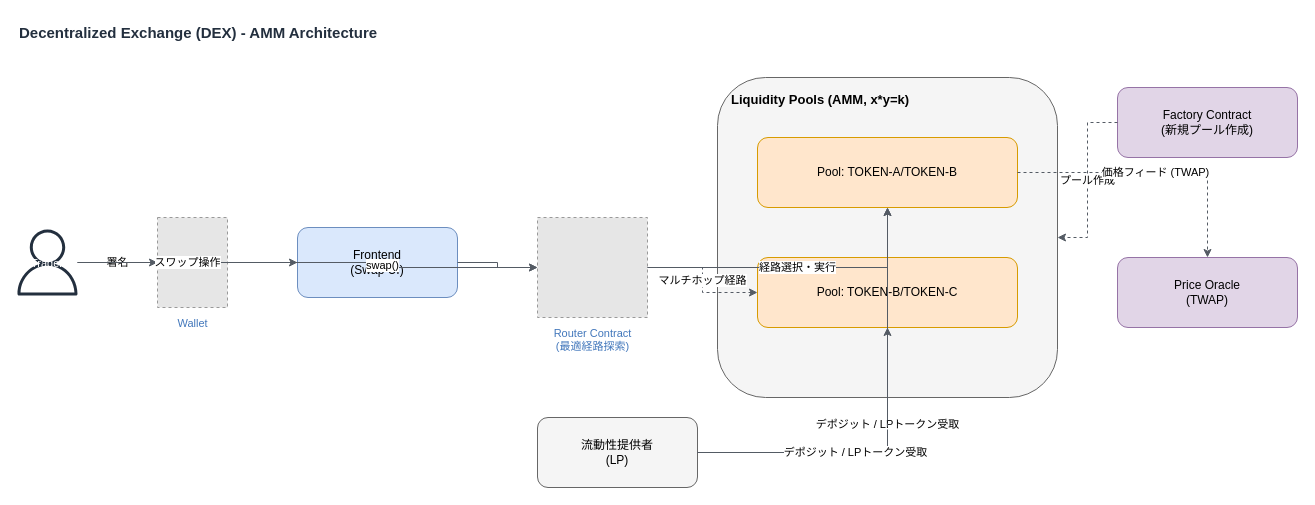
Before: .claude/skills/architecture-diagram-drawio/templates/blockchain/dex-amm.drawio in mashharuki/claude-code-sample, a draw.io diagram. Source tidied: cells renumbered, new cells numbered last; positions are measured from the earlier drawing's top-left corner, leaving out a move shared by most shapes. Both pictures are drawn from the tidied source at 100%, with x=0, y=0 at pixel (17, 17). Pictures stored in the file or linked from it are replaced by grey dashed boxes.
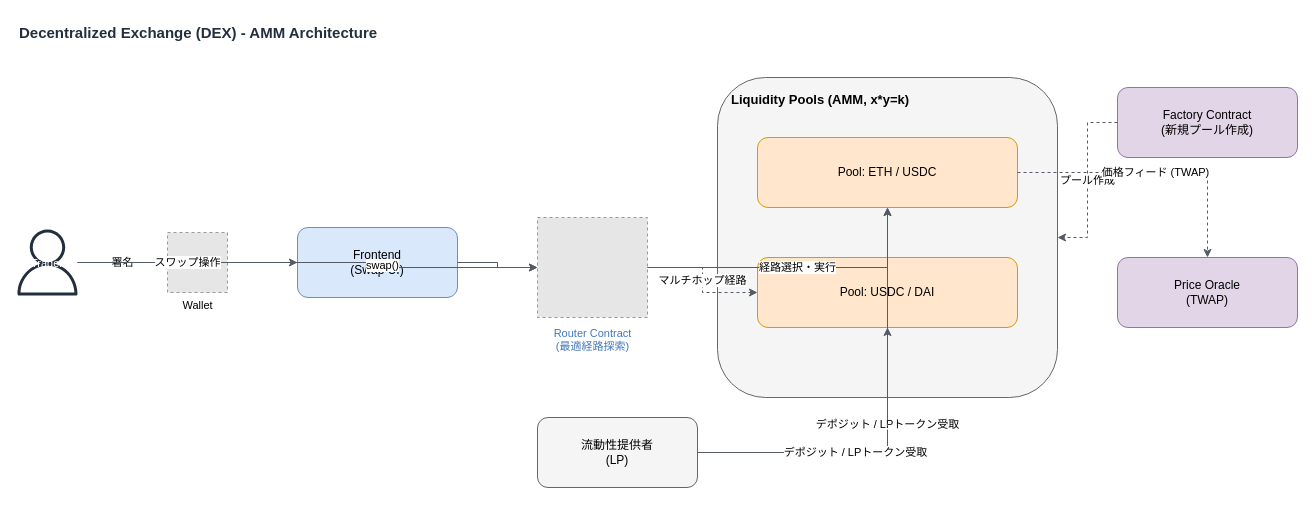
The same page after the edit.

The change refers to these unchanged cells:
```xml
<mxCell id="7" value="Liquidity Pools (AMM, x*y=k)" style="rounded=1;whiteSpace=wrap;html=1;fillColor=#F5F5F5;strokeColor=#666666;verticalAlign=top;align=left;spacingLeft=12;spacingTop=8;fontStyle=1;fontSize=13;" parent="1" vertex="1">
  <mxGeometry x="700" y="60" width="340" height="320" as="geometry" />
</mxCell>
```

Diff of the diagram source:
```diff
@@
-    <mxCell id="4" value="Wallet" style="fillColor=#E6E6E6;strokeColor=#999999;dashed=1;verticalLabelPosition=bottom;verticalAlign=top;html=1;align=center;fontColor=#4277BB;labelBackgroundColor=default;fontSize=11;spacingTop=3;" parent="1" vertex="1">
-      <mxGeometry x="140" y="200" width="70" height="90" as="geometry" />
+    <mxCell id="4" value="Wallet" style="fillColor=#E6E6E6;strokeColor=#999999;dashed=1;html=1;verticalAlign=top;verticalLabelPosition=bottom;labelBackgroundColor=default;fontSize=11;" parent="1" vertex="1">
+      <mxGeometry x="150" y="215" width="60" height="60" as="geometry" />
     </mxCell>
@@
-    <mxCell id="8" value="Pool: TOKEN-A/TOKEN-B" style="rounded=1;whiteSpace=wrap;html=1;fillColor=#FFE6CC;strokeColor=#D79B00;fontSize=12;" parent="7" vertex="1">
+    <mxCell id="8" value="Pool: ETH / USDC" style="rounded=1;whiteSpace=wrap;html=1;fillColor=#FFE6CC;strokeColor=#D79B00;fontSize=12;" parent="7" vertex="1">
       <mxGeometry x="40" y="60" width="260" height="70" as="geometry" />
     </mxCell>
-    <mxCell id="9" value="Pool: TOKEN-B/TOKEN-C" style="rounded=1;whiteSpace=wrap;html=1;fillColor=#FFE6CC;strokeColor=#D79B00;fontSize=12;" parent="7" vertex="1">
+    <mxCell id="9" value="Pool: USDC / DAI" style="rounded=1;whiteSpace=wrap;html=1;fillColor=#FFE6CC;strokeColor=#D79B00;fontSize=12;" parent="7" vertex="1">
       <mxGeometry x="40" y="180" width="260" height="70" as="geometry" />
     </mxCell>
```
